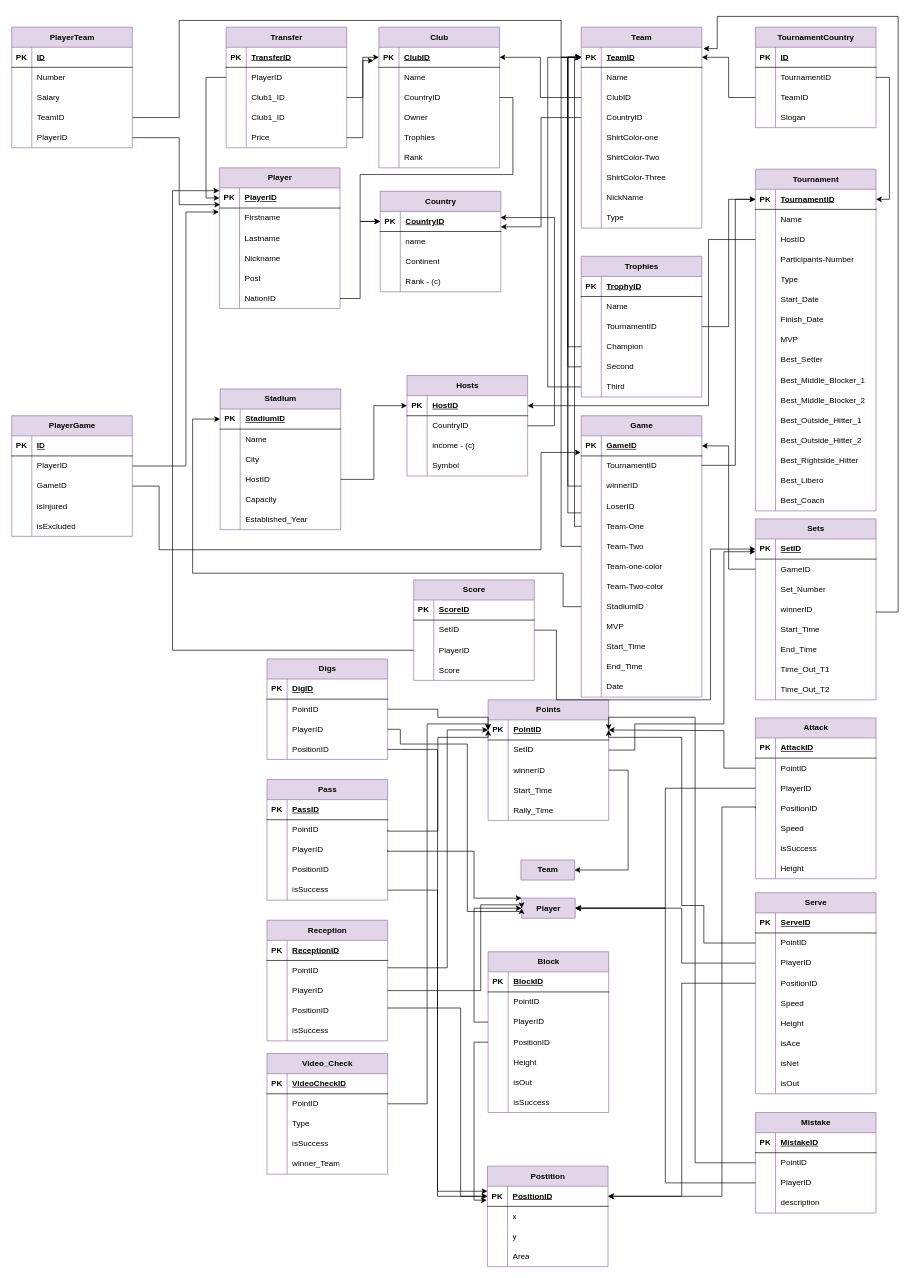
Above: page "ER-Diagram" (1 of 2) of DB2_Project_Diagrams.drawio in Matinrezaei/Software-Lab (draw.io), before the change. Source tidied: cells renumbered, new cells numbered last; positions are measured from the earlier drawing's top-left corner, leaving out a move shared by most shapes. Both pictures are drawn from the tidied source at 67%, with x=0, y=0 at pixel (11, 16).
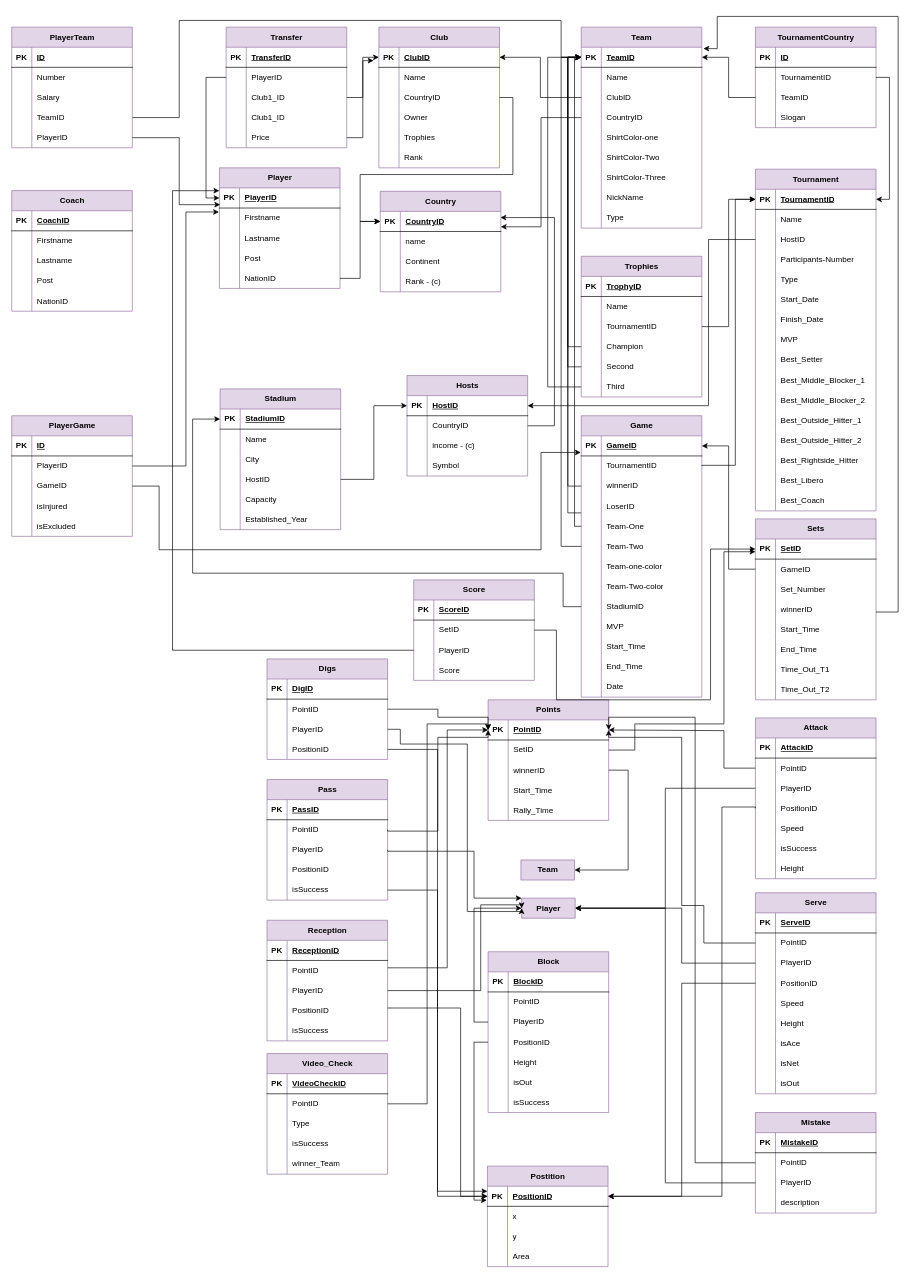
The same page after the edit.

Diff of the diagram source:
```diff
@@
     <mxCell id="2" value="Player" style="shape=table;startSize=30;childLayout=tableLayout;rowLines=0;fontStyle=1;align=center;html=1;fillColor=#e1d5e7;strokeColor=#9673a6;" parent="1" vertex="1">
-      <mxGeometry x="310" y="226" width="180" height="210" as="geometry" />
+      <mxGeometry x="310" y="226" width="180" height="180" as="geometry" />
     </mxCell>
@@
-    <mxCell id="12" style="shape=tableRow;horizontal=0;startSize=0;swimlaneHead=0;swimlaneBody=0;fillColor=none;top=0;left=0;right=0;bottom=0;" parent="2" vertex="1">
-      <mxGeometry y="120" width="180" height="30" as="geometry" />
-    </mxCell>
-    <mxCell id="13" style="shape=partialRectangle;fillColor=none;top=0;left=0;bottom=0;right=0;overflow=hidden;whiteSpace=wrap;html=1;" parent="12" vertex="1">
-      <mxGeometry width="30" height="30" as="geometry" />
-    </mxCell>
-    <mxCell id="14" value="Nickname" style="shape=partialRectangle;fillColor=none;top=0;left=0;bottom=0;right=0;align=left;spacingLeft=6;overflow=hidden;whiteSpace=wrap;html=1;" parent="12" vertex="1">
-      <mxGeometry x="30" width="150" height="30" as="geometry" />
-    </mxCell>
     <mxCell id="15" style="shape=tableRow;horizontal=0;startSize=0;swimlaneHead=0;swimlaneBody=0;fillColor=none;top=0;left=0;right=0;bottom=0;" parent="2" vertex="1">
-      <mxGeometry y="150" width="180" height="30" as="geometry" />
+      <mxGeometry y="120" width="180" height="30" as="geometry" />
     </mxCell>
@@
     <mxCell id="18" style="shape=tableRow;horizontal=0;startSize=0;swimlaneHead=0;swimlaneBody=0;fillColor=none;points=[[0,0.5],[1,0.5]];portConstraint=eastwest;top=0;left=0;right=0;bottom=0;" parent="2" vertex="1">
-      <mxGeometry y="180" width="180" height="30" as="geometry" />
+      <mxGeometry y="150" width="180" height="30" as="geometry" />
     </mxCell>
@@
+    <mxCell id="549" value="Coach" style="shape=table;startSize=30;childLayout=tableLayout;rowLines=0;fontStyle=1;align=center;html=1;fillColor=#e1d5e7;strokeColor=#9673a6;" parent="1" vertex="1">
+      <mxGeometry y="260" width="180" height="180" as="geometry" />
+    </mxCell>
+    <mxCell id="550" style="shape=tableRow;horizontal=0;startSize=0;swimlaneHead=0;swimlaneBody=0;fillColor=none;top=0;left=0;right=0;bottom=1;" parent="549" vertex="1">
+      <mxGeometry y="30" width="180" height="30" as="geometry" />
+    </mxCell>
+    <mxCell id="551" value="PK" style="shape=partialRectangle;fillColor=none;top=0;left=0;bottom=0;right=0;fontStyle=1;overflow=hidden;whiteSpace=wrap;html=1;" parent="550" vertex="1">
+      <mxGeometry width="30" height="30" as="geometry" />
+    </mxCell>
+    <mxCell id="552" value="CoachID" style="shape=partialRectangle;fillColor=none;top=0;left=0;bottom=0;right=0;align=left;spacingLeft=6;fontStyle=5;overflow=hidden;whiteSpace=wrap;html=1;" parent="550" vertex="1">
+      <mxGeometry x="30" width="150" height="30" as="geometry" />
+    </mxCell>
+    <mxCell id="553" style="shape=tableRow;horizontal=0;startSize=0;swimlaneHead=0;swimlaneBody=0;fillColor=none;top=0;left=0;right=0;bottom=0;" parent="549" vertex="1">
+      <mxGeometry y="60" width="180" height="30" as="geometry" />
+    </mxCell>
+    <mxCell id="554" style="shape=partialRectangle;fillColor=none;top=0;left=0;bottom=0;right=0;overflow=hidden;whiteSpace=wrap;html=1;" parent="553" vertex="1">
+      <mxGeometry width="30" height="30" as="geometry" />
+    </mxCell>
+    <mxCell id="555" value="Firstname" style="shape=partialRectangle;fillColor=none;top=0;left=0;bottom=0;right=0;align=left;spacingLeft=6;overflow=hidden;whiteSpace=wrap;html=1;" parent="553" vertex="1">
+      <mxGeometry x="30" width="150" height="30" as="geometry" />
+    </mxCell>
+    <mxCell id="556" style="shape=tableRow;horizontal=0;startSize=0;swimlaneHead=0;swimlaneBody=0;fillColor=none;top=0;left=0;right=0;bottom=0;" parent="549" vertex="1">
+      <mxGeometry y="90" width="180" height="30" as="geometry" />
+    </mxCell>
+    <mxCell id="557" style="shape=partialRectangle;fillColor=none;top=0;left=0;bottom=0;right=0;overflow=hidden;whiteSpace=wrap;html=1;" parent="556" vertex="1">
+      <mxGeometry width="30" height="30" as="geometry" />
+    </mxCell>
+    <mxCell id="558" value="Lastname" style="shape=partialRectangle;fillColor=none;top=0;left=0;bottom=0;right=0;align=left;spacingLeft=6;overflow=hidden;whiteSpace=wrap;html=1;" parent="556" vertex="1">
+      <mxGeometry x="30" width="150" height="30" as="geometry" />
+    </mxCell>
+    <mxCell id="12" style="shape=tableRow;horizontal=0;startSize=0;swimlaneHead=0;swimlaneBody=0;fillColor=none;top=0;left=0;right=0;bottom=0;" parent="549" vertex="1">
+      <mxGeometry y="120" width="180" height="30" as="geometry" />
+    </mxCell>
+    <mxCell id="559" style="shape=partialRectangle;fillColor=none;top=0;left=0;bottom=0;right=0;overflow=hidden;whiteSpace=wrap;html=1;" parent="12" vertex="1">
+      <mxGeometry width="30" height="30" as="geometry" />
+    </mxCell>
+    <mxCell id="560" value="Post" style="shape=partialRectangle;fillColor=none;top=0;left=0;bottom=0;right=0;align=left;spacingLeft=6;overflow=hidden;whiteSpace=wrap;html=1;" parent="12" vertex="1">
+      <mxGeometry x="30" width="150" height="30" as="geometry" />
+    </mxCell>
+    <mxCell id="561" style="shape=tableRow;horizontal=0;startSize=0;swimlaneHead=0;swimlaneBody=0;fillColor=none;top=0;left=0;right=0;bottom=0;" parent="549" vertex="1">
+      <mxGeometry y="150" width="180" height="30" as="geometry" />
+    </mxCell>
+    <mxCell id="562" style="shape=partialRectangle;fillColor=none;top=0;left=0;bottom=0;right=0;overflow=hidden;whiteSpace=wrap;html=1;" parent="561" vertex="1">
+      <mxGeometry width="30" height="30" as="geometry" />
+    </mxCell>
+    <mxCell id="563" value="NationID" style="shape=partialRectangle;fillColor=none;top=0;left=0;bottom=0;right=0;align=left;spacingLeft=6;overflow=hidden;whiteSpace=wrap;html=1;" parent="561" vertex="1">
+      <mxGeometry x="30" width="150" height="30" as="geometry" />
+    </mxCell>
```
